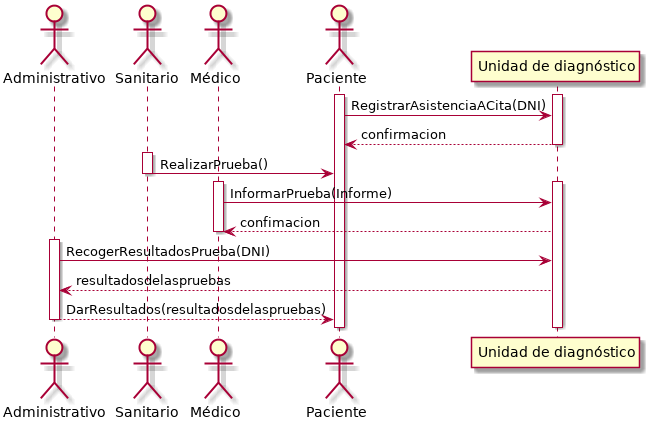
Earlier version of the PlantUML export P3/UnidadDeDiagnistico.png (Ludvins/DGIIM_FIS).
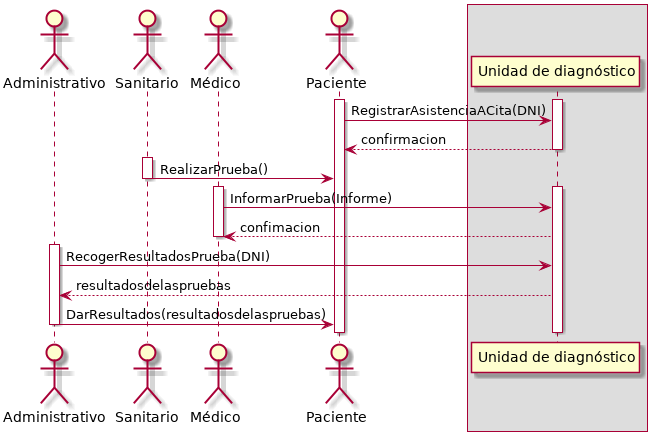
Above is the later version.

What changed in the source:
```diff
@@ -6,8 +6,9 @@
 actor Sanitario
 actor Médico
 actor Paciente
+box
 participant "Unidad de diagnóstico" as UD
-
+endbox
 activate UD
 activate Paciente
 Paciente -> UD :  RegistrarAsistenciaACita(DNI)
@@ -28,7 +29,7 @@
 activate Administrativo
 Administrativo -> UD :  RecogerResultadosPrueba(DNI)
 UD --> Administrativo :  resultadosdelaspruebas
-Administrativo --> Paciente :  DarResultados(resultadosdelaspruebas)
+Administrativo -> Paciente :  DarResultados(resultadosdelaspruebas)
 deactivate Administrativo
 deactivate UD
 deactivate Paciente
```
